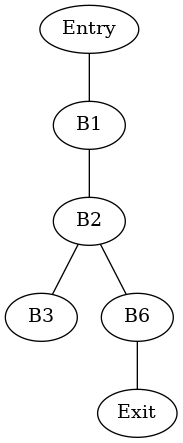
The Graphviz diagram control_flow/analysis/examples/test06_004_domtree.png in aprell/compiler-potpourri, before a commit. Its source is kept beside it as control_flow/analysis/examples/test06_004_domtree.dot. The source it was exported from:
```dot
graph DominatorTree {
    Entry -- B1;
    B1 -- B2;
    B2 -- B3;
    B2 -- B6;
    B6 -- Exit;
}
```
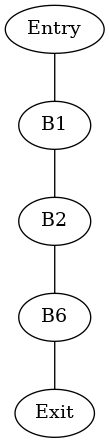
The same file after the commit.

Diff of the diagram source:
```diff
@@ -1,7 +1,6 @@
 graph DominatorTree {
     Entry -- B1;
     B1 -- B2;
-    B2 -- B3;
     B2 -- B6;
     B6 -- Exit;
 }
```
